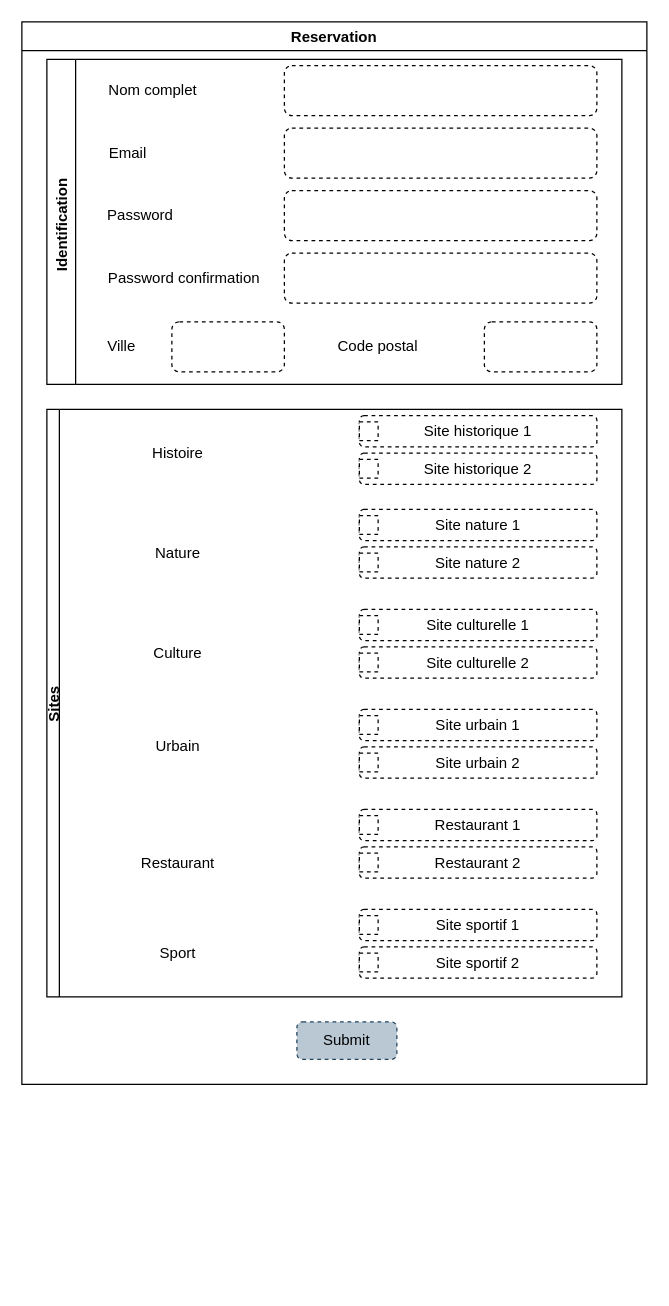
This is page "contact-main-section" (2 of 6) of src/Autres fichiers/proto_home_21_08.drawio from arseneRuben/programmation-web-tp, a draw.io file, before an edit. Source tidied: cells renumbered, new cells numbered last; positions are measured from the earlier drawing's top-left corner, leaving out a move shared by most shapes. Both pictures are drawn from the tidied source at 125%, with x=0, y=0 at pixel (21, 21).
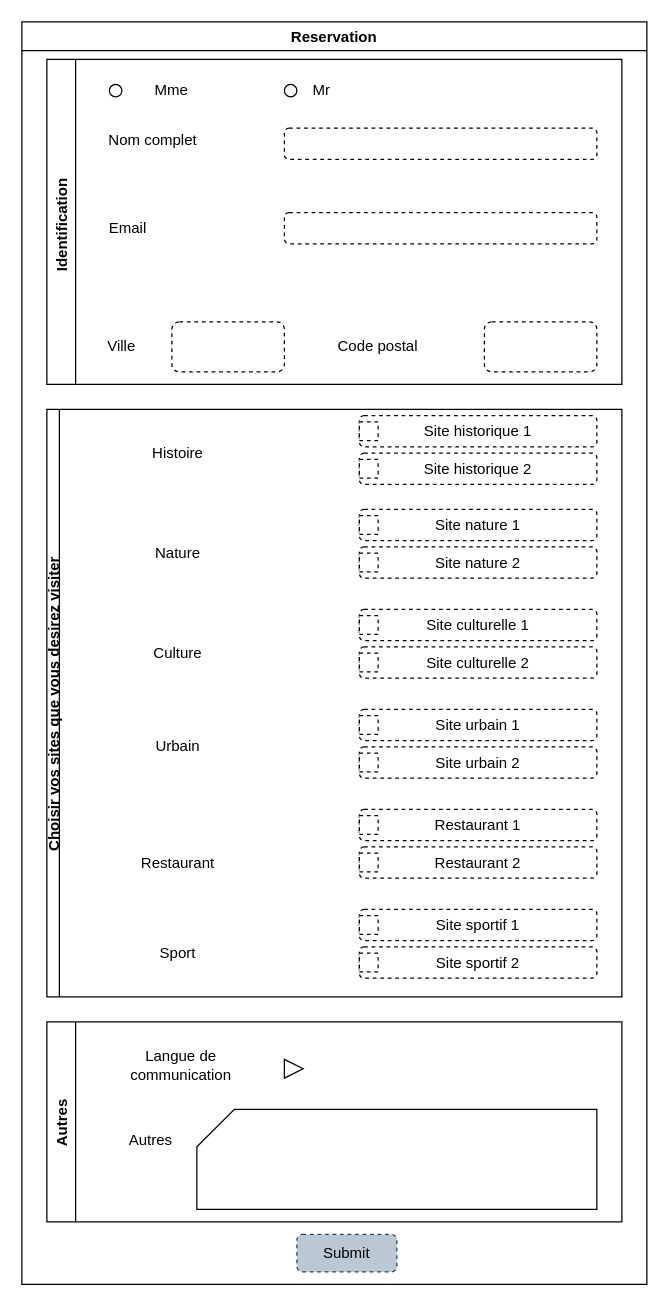
Above is the later version.

The change refers to these unchanged cells:
```xml
<mxCell id="3" value="Identification " style="swimlane;horizontal=0;" parent="2" vertex="1">
  <mxGeometry x="20" y="30" width="460" height="260" as="geometry" />
</mxCell>
```

The edit, as a diff of the source:
```diff
@@
     <mxCell id="2" value="Reservation" style="swimlane;" parent="1" vertex="1">
-      <mxGeometry width="500" height="850" as="geometry" />
+      <mxGeometry width="500" height="1010" as="geometry" />
     </mxCell>
@@
     <mxCell id="4" value="Nom complet" style="text;html=1;strokeColor=none;fillColor=none;align=center;verticalAlign=middle;whiteSpace=wrap;rounded=0;strokeWidth=2;" parent="3" vertex="1">
-      <mxGeometry x="40" y="10" width="90" height="30" as="geometry" />
+      <mxGeometry x="40" y="50" width="90" height="30" as="geometry" />
     </mxCell>
     <mxCell id="5" style="rounded=1;whiteSpace=wrap;html=1;strokeWidth=1;dashed=1;" parent="3" vertex="1">
-      <mxGeometry x="190" y="5" width="250" height="40" as="geometry" />
+      <mxGeometry x="190" y="55" width="250" height="25" as="geometry" />
     </mxCell>
     <mxCell id="6" value="Email" style="text;html=1;strokeColor=none;fillColor=none;align=center;verticalAlign=middle;whiteSpace=wrap;rounded=0;strokeWidth=2;" parent="3" vertex="1">
-      <mxGeometry x="40" y="60" width="50" height="30" as="geometry" />
+      <mxGeometry x="40" y="120" width="50" height="30" as="geometry" />
     </mxCell>
     <mxCell id="7" style="rounded=1;whiteSpace=wrap;html=1;strokeWidth=1;dashed=1;" parent="3" vertex="1">
-      <mxGeometry x="190" y="55" width="250" height="40" as="geometry" />
+      <mxGeometry x="190" y="122.5" width="250" height="25" as="geometry" />
     </mxCell>
-    <mxCell id="8" value="Password" style="text;html=1;strokeColor=none;fillColor=none;align=center;verticalAlign=middle;whiteSpace=wrap;rounded=0;strokeWidth=2;" parent="3" vertex="1">
-      <mxGeometry x="40" y="110" width="70" height="30" as="geometry" />
-    </mxCell>
-    <mxCell id="9" style="rounded=1;whiteSpace=wrap;html=1;strokeWidth=1;dashed=1;" parent="3" vertex="1">
-      <mxGeometry x="190" y="105" width="250" height="40" as="geometry" />
-    </mxCell>
-    <mxCell id="10" value="Password confirmation" style="text;html=1;strokeColor=none;fillColor=none;align=center;verticalAlign=middle;whiteSpace=wrap;rounded=0;strokeWidth=2;" parent="3" vertex="1">
-      <mxGeometry x="40" y="160" width="140" height="30" as="geometry" />
-    </mxCell>
-    <mxCell id="11" style="rounded=1;whiteSpace=wrap;html=1;strokeWidth=1;dashed=1;" parent="3" vertex="1">
-      <mxGeometry x="190" y="155" width="250" height="40" as="geometry" />
-    </mxCell>
@@
+    <mxCell id="48" style="ellipse;whiteSpace=wrap;html=1;strokeWidth=1;" parent="3" vertex="1">
+      <mxGeometry x="50" y="20" width="10" height="10" as="geometry" />
+    </mxCell>
+    <mxCell id="49" value="Mme" style="text;html=1;strokeColor=none;fillColor=none;align=center;verticalAlign=middle;whiteSpace=wrap;rounded=0;" parent="3" vertex="1">
+      <mxGeometry x="70" y="10" width="60" height="30" as="geometry" />
+    </mxCell>
+    <mxCell id="50" style="ellipse;whiteSpace=wrap;html=1;strokeWidth=1;" parent="3" vertex="1">
+      <mxGeometry x="190" y="20" width="10" height="10" as="geometry" />
+    </mxCell>
+    <mxCell id="51" value="Mr" style="text;html=1;strokeColor=none;fillColor=none;align=center;verticalAlign=middle;whiteSpace=wrap;rounded=0;" parent="3" vertex="1">
+      <mxGeometry x="190" y="10" width="60" height="30" as="geometry" />
+    </mxCell>
-    <mxCell id="16" value="Sites" style="swimlane;horizontal=0;startSize=10;" parent="2" vertex="1">
+    <mxCell id="16" value="Choisir vos sites que vous desirez visiter" style="swimlane;horizontal=0;startSize=10;" parent="2" vertex="1">
       <mxGeometry x="20" y="310" width="460" height="470" as="geometry" />
     </mxCell>
@@
     <mxCell id="47" value="Submit" style="rounded=1;whiteSpace=wrap;html=1;dashed=1;strokeWidth=1;fillColor=#bac8d3;strokeColor=#23445d;" parent="2" vertex="1">
-      <mxGeometry x="220" y="800" width="80" height="30" as="geometry" />
+      <mxGeometry x="220" y="970" width="80" height="30" as="geometry" />
     </mxCell>
+    <mxCell id="52" value="Autres" style="swimlane;horizontal=0;strokeWidth=1;" parent="2" vertex="1">
+      <mxGeometry x="20" y="800" width="460" height="160" as="geometry" />
+    </mxCell>
+    <mxCell id="53" value="Langue de communication" style="text;html=1;strokeColor=none;fillColor=none;align=center;verticalAlign=middle;whiteSpace=wrap;rounded=0;" parent="52" vertex="1">
+      <mxGeometry x="55" y="20" width="105" height="30" as="geometry" />
+    </mxCell>
+    <mxCell id="54" style="triangle;whiteSpace=wrap;html=1;strokeWidth=1;" parent="52" vertex="1">
+      <mxGeometry x="190" y="30" width="15" height="15" as="geometry" />
+    </mxCell>
+    <mxCell id="55" style="shape=card;whiteSpace=wrap;html=1;strokeWidth=1;" parent="52" vertex="1">
+      <mxGeometry x="120" y="70" width="320" height="80" as="geometry" />
+    </mxCell>
+    <mxCell id="56" value="Autres&amp;nbsp;" style="text;html=1;strokeColor=none;fillColor=none;align=center;verticalAlign=middle;whiteSpace=wrap;rounded=0;" parent="52" vertex="1">
+      <mxGeometry x="55" y="80" width="60" height="30" as="geometry" />
+    </mxCell>
```
